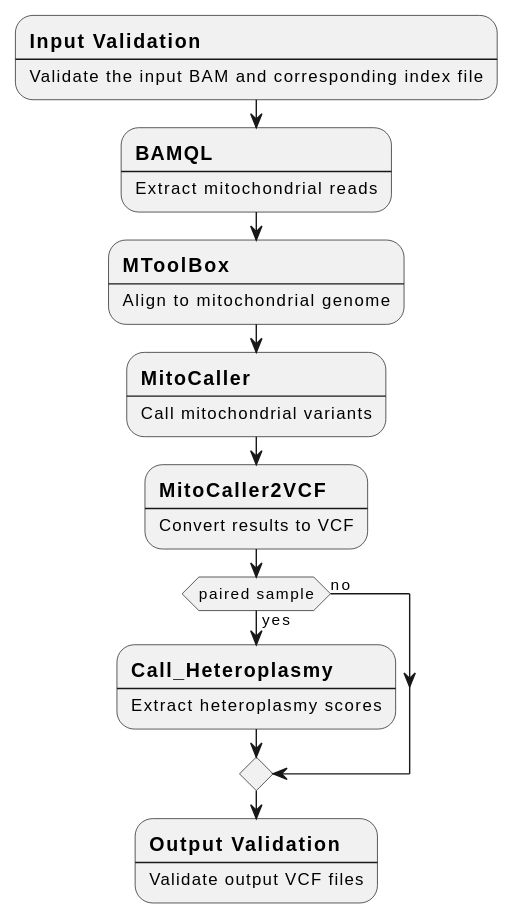
Earlier version of the PlantUML export development/call-mtsnv-flow.svg (uclahs-cds/pipeline-call-mtSNV).
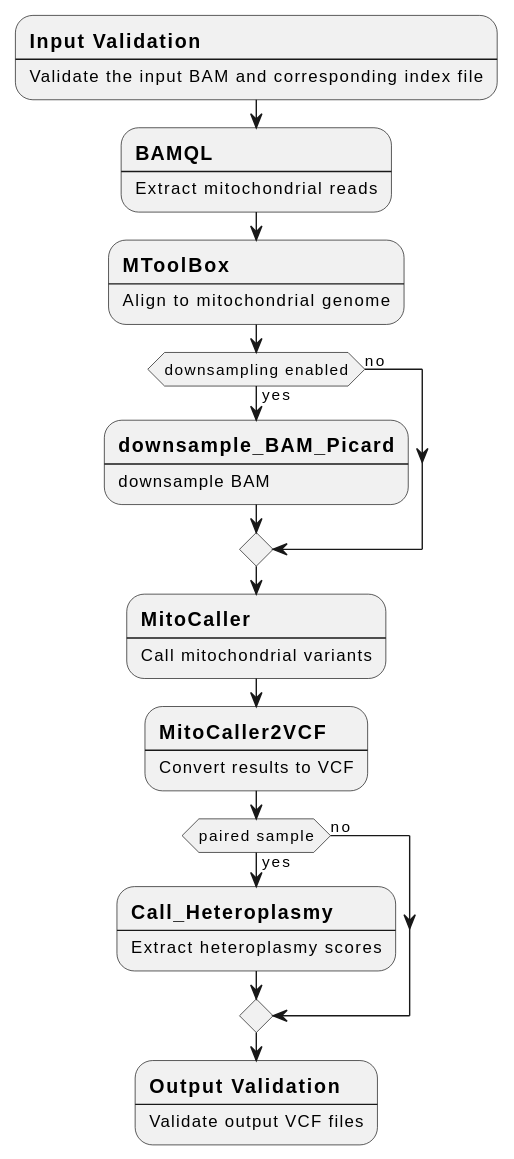
After the change.

The edit, as a diff of the source:
```diff
@@ -11,6 +11,12 @@
 :==MToolBox
 ----
 Align to mitochondrial genome;
+if (downsampling enabled) then (yes)
+  :==downsample_BAM_Picard
+  ----
+  downsample BAM;
+else (no)
+endif
 :==MitoCaller
 ----
 Call mitochondrial variants;
```
